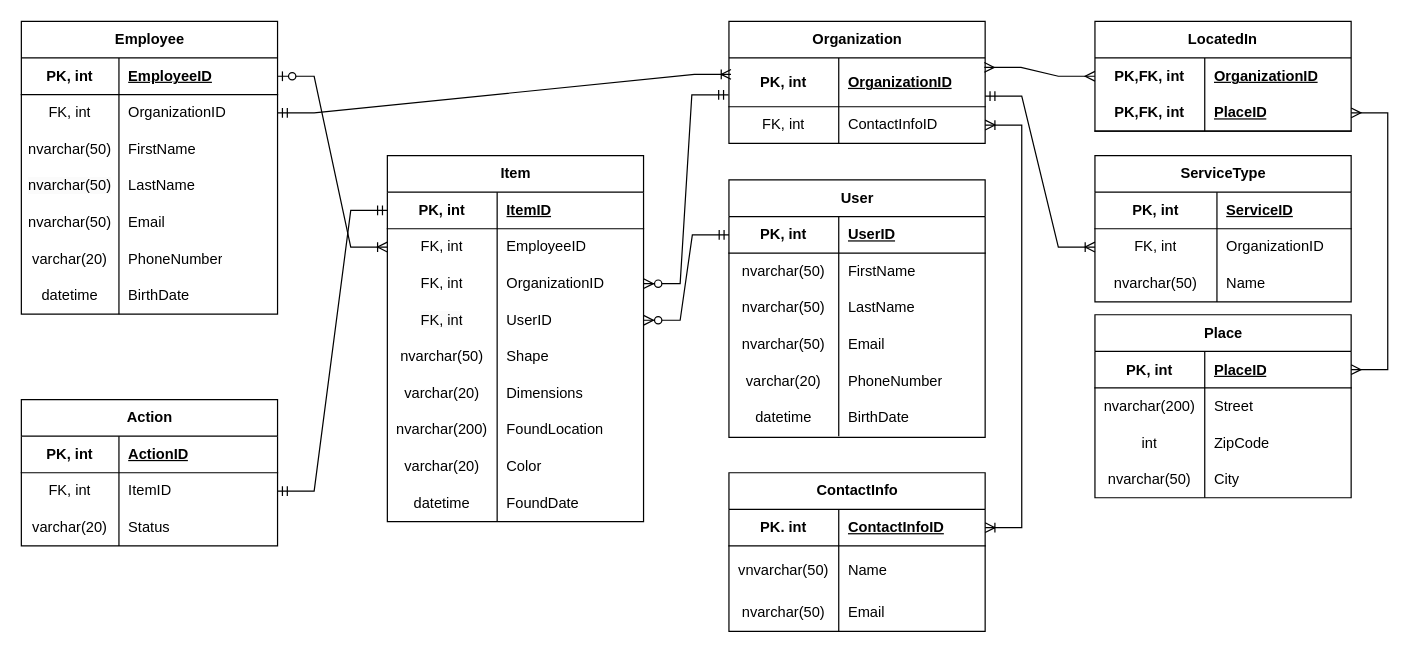
Above: physical model.drawio in igor2080/db1_large_project (draw.io), before the change. Source tidied: cells renumbered, new cells numbered last; positions are measured from the earlier drawing's top-left corner, leaving out a move shared by most shapes. Both pictures are drawn from the tidied source at 122%, with x=0, y=0 at pixel (21, 21).
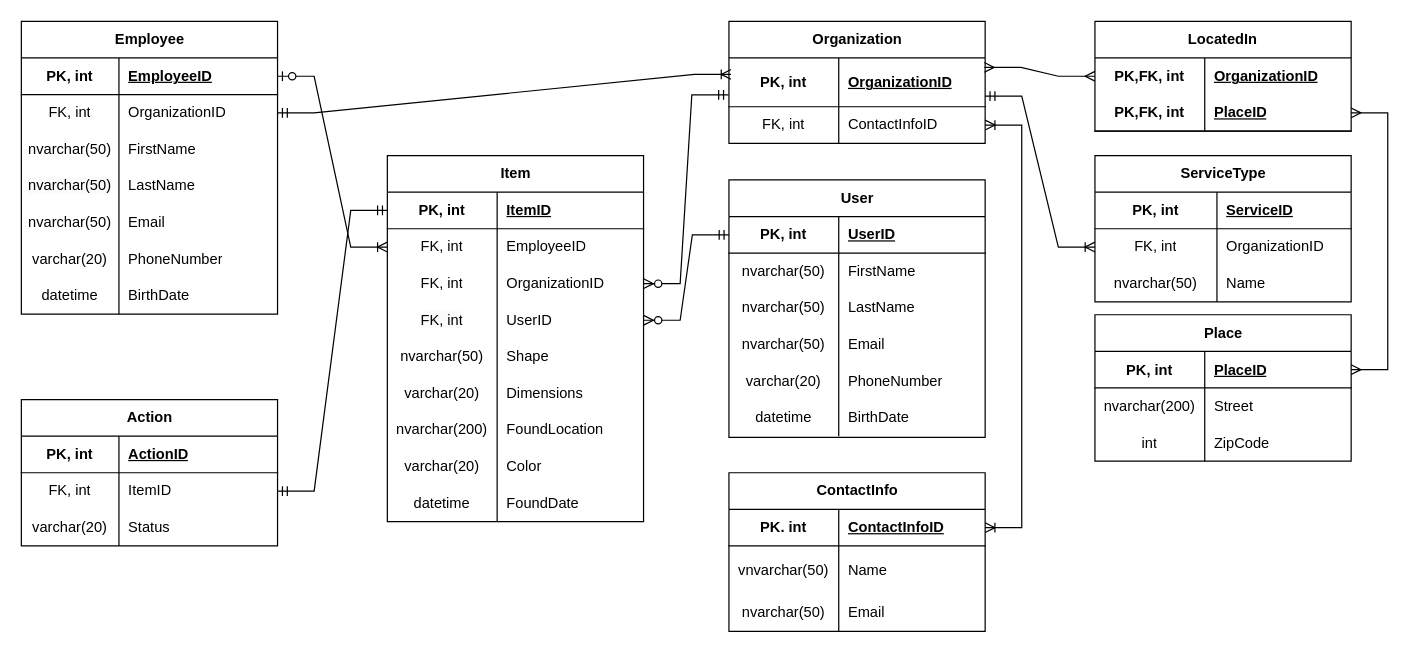
After the change.

Commit message (it also covers changes not shown here):
remove city from place, add street to place

What changed in the source:
```diff
@@
     <mxCell id="123" value="Place" style="shape=table;startSize=30;childLayout=tableLayout;rowLines=0;fontStyle=1;align=center;html=1;" parent="1" vertex="1">
-      <mxGeometry x="880" y="240.5" width="210" height="150" as="geometry" />
+      <mxGeometry x="880" y="240.5" width="210" height="120" as="geometry" />
     </mxCell>
@@
-    <mxCell id="133" style="shape=tableRow;horizontal=0;startSize=0;swimlaneHead=0;swimlaneBody=0;fillColor=none;top=0;left=0;right=0;bottom=0;" parent="123" vertex="1">
-      <mxGeometry y="120" width="210" height="30" as="geometry" />
-    </mxCell>
-    <mxCell id="134" value="nvarchar(50)" style="shape=partialRectangle;fillColor=none;top=0;left=0;bottom=0;right=0;overflow=hidden;whiteSpace=wrap;html=1;" parent="133" vertex="1">
-      <mxGeometry width="90" height="30" as="geometry" />
-    </mxCell>
-    <mxCell id="135" value="City" style="shape=partialRectangle;fillColor=none;top=0;left=0;bottom=0;right=0;align=left;spacingLeft=6;overflow=hidden;whiteSpace=wrap;html=1;" parent="133" vertex="1">
-      <mxGeometry x="90" width="120" height="30" as="geometry" />
-    </mxCell>
```
